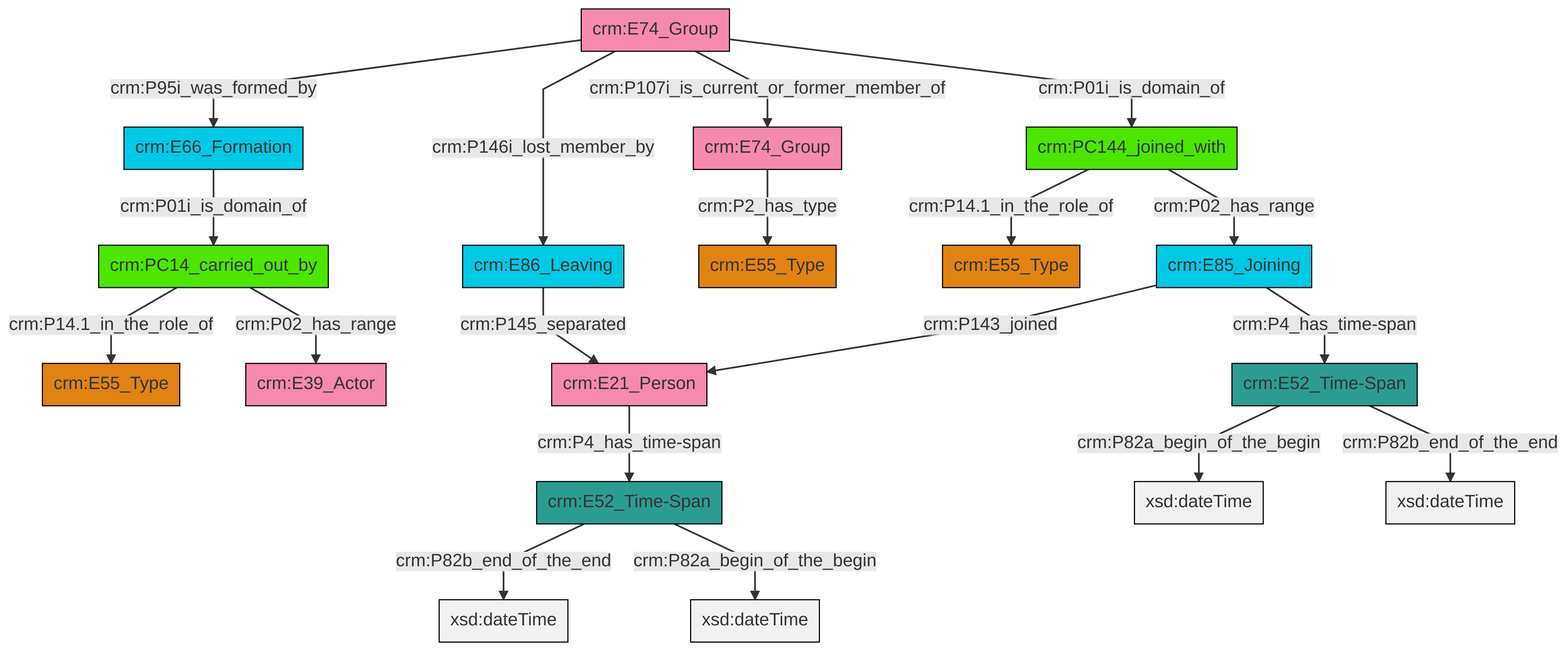
Earlier version of the Mermaid export et/groupCSV/ttl/mmd/png/group_actor_relations.png (swiss-art-research-net/docs.swissartresearch). Its source is kept beside it as et/groupCSV/ttl/mmd/group_actor_relations.ttl.mmd.
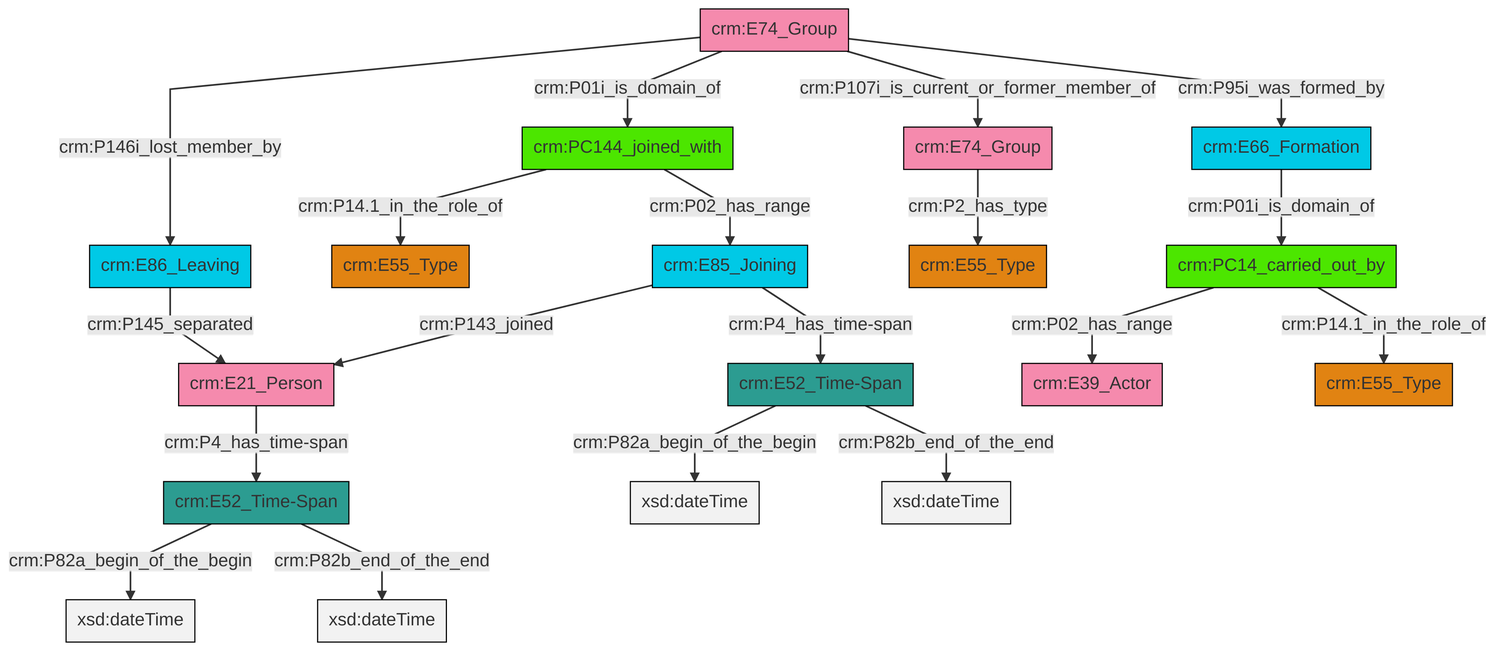
After the commit.

What changed in the source:
```diff
@@ -14,20 +14,20 @@
 classDef Multi fill:#cccccc,stroke:#000000;
 
 2["crm:E52_Time-Span"]:::Time-Span -->|crm:P82a_begin_of_the_begin| 3[xsd:dateTime]:::Literal
-8["crm:E52_Time-Span"]:::Time-Span -->|crm:P82b_end_of_the_end| 9[xsd:dateTime]:::Literal
-10["crm:E85_Joining"]:::Temporal_Entity -->|crm:P143_joined| 11["crm:E21_Person"]:::Actor
-12["crm:E74_Group"]:::Actor -->|crm:P95i_was_formed_by| 13["crm:E66_Formation"]:::Temporal_Entity
-12["crm:E74_Group"]:::Actor -->|crm:P146i_lost_member_by| 6["crm:E86_Leaving"]:::Temporal_Entity
-11["crm:E21_Person"]:::Actor -->|crm:P4_has_time-span| 8["crm:E52_Time-Span"]:::Time-Span
-12["crm:E74_Group"]:::Actor -->|crm:P107i_is_current_or_former_member_of| 16["crm:E74_Group"]:::Actor
-0["crm:PC14_carried_out_by"]:::PC_Classes -->|crm:P14.1_in_the_role_of| 4["crm:E55_Type"]:::Type
-20["crm:PC144_joined_with"]:::PC_Classes -->|crm:P14.1_in_the_role_of| 21["crm:E55_Type"]:::Type
-12["crm:E74_Group"]:::Actor -->|crm:P01i_is_domain_of| 20["crm:PC144_joined_with"]:::PC_Classes
-20["crm:PC144_joined_with"]:::PC_Classes -->|crm:P02_has_range| 10["crm:E85_Joining"]:::Temporal_Entity
-16["crm:E74_Group"]:::Actor -->|crm:P2_has_type| 14["crm:E55_Type"]:::Type
-0["crm:PC14_carried_out_by"]:::PC_Classes -->|crm:P02_has_range| 17["crm:E39_Actor"]:::Actor
-2["crm:E52_Time-Span"]:::Time-Span -->|crm:P82b_end_of_the_end| 28[xsd:dateTime]:::Literal
-8["crm:E52_Time-Span"]:::Time-Span -->|crm:P82a_begin_of_the_begin| 30[xsd:dateTime]:::Literal
-13["crm:E66_Formation"]:::Temporal_Entity -->|crm:P01i_is_domain_of| 0["crm:PC14_carried_out_by"]:::PC_Classes
-6["crm:E86_Leaving"]:::Temporal_Entity -->|crm:P145_separated| 11["crm:E21_Person"]:::Actor
-10["crm:E85_Joining"]:::Temporal_Entity -->|crm:P4_has_time-span| 2["crm:E52_Time-Span"]:::Time-Span
+4["crm:PC14_carried_out_by"]:::PC_Classes -->|crm:P02_has_range| 5["crm:E39_Actor"]:::Actor
+6["crm:E74_Group"]:::Actor -->|crm:P146i_lost_member_by| 7["crm:E86_Leaving"]:::Temporal_Entity
+8["crm:E85_Joining"]:::Temporal_Entity -->|crm:P143_joined| 9["crm:E21_Person"]:::Actor
+10["crm:E52_Time-Span"]:::Time-Span -->|crm:P82a_begin_of_the_begin| 11[xsd:dateTime]:::Literal
+2["crm:E52_Time-Span"]:::Time-Span -->|crm:P82b_end_of_the_end| 21[xsd:dateTime]:::Literal
+15["crm:E66_Formation"]:::Temporal_Entity -->|crm:P01i_is_domain_of| 4["crm:PC14_carried_out_by"]:::PC_Classes
+6["crm:E74_Group"]:::Actor -->|crm:P01i_is_domain_of| 18["crm:PC144_joined_with"]:::PC_Classes
+22["crm:E74_Group"]:::Actor -->|crm:P2_has_type| 23["crm:E55_Type"]:::Type
+4["crm:PC14_carried_out_by"]:::PC_Classes -->|crm:P14.1_in_the_role_of| 0["crm:E55_Type"]:::Type
+6["crm:E74_Group"]:::Actor -->|crm:P107i_is_current_or_former_member_of| 22["crm:E74_Group"]:::Actor
+10["crm:E52_Time-Span"]:::Time-Span -->|crm:P82b_end_of_the_end| 25[xsd:dateTime]:::Literal
+9["crm:E21_Person"]:::Actor -->|crm:P4_has_time-span| 10["crm:E52_Time-Span"]:::Time-Span
+18["crm:PC144_joined_with"]:::PC_Classes -->|crm:P14.1_in_the_role_of| 12["crm:E55_Type"]:::Type
+7["crm:E86_Leaving"]:::Temporal_Entity -->|crm:P145_separated| 9["crm:E21_Person"]:::Actor
+6["crm:E74_Group"]:::Actor -->|crm:P95i_was_formed_by| 15["crm:E66_Formation"]:::Temporal_Entity
+8["crm:E85_Joining"]:::Temporal_Entity -->|crm:P4_has_time-span| 2["crm:E52_Time-Span"]:::Time-Span
+18["crm:PC144_joined_with"]:::PC_Classes -->|crm:P02_has_range| 8["crm:E85_Joining"]:::Temporal_Entity
```
